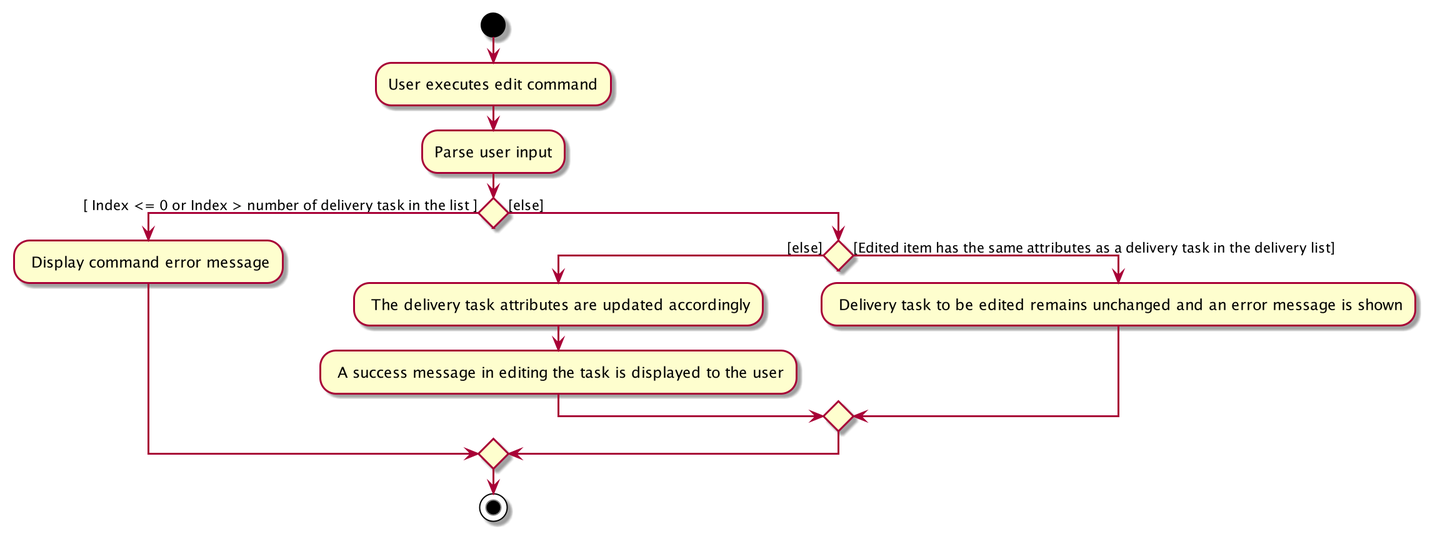
nus-cs2103-AY2021S2/tp keeps this PlantUML diagram as docs/images/EditActivityDiagram.png. Above is the earlier version.
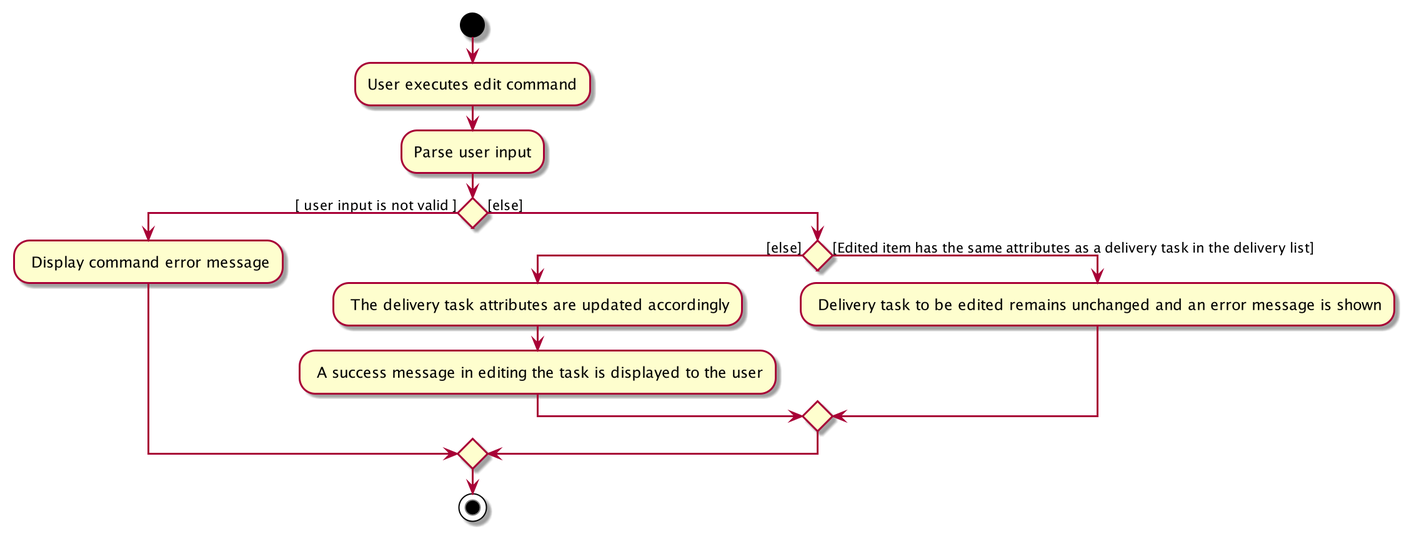
The same diagram one commit later.

Diff of the diagram source:
```diff
@@ -3,7 +3,7 @@
 start
 :User executes edit command;
 :Parse user input;
-if () then ([ Index <= 0 or Index > number of delivery task in the list ])
+if () then ([ user input is not valid ])
     : Display command error message;
 else ([else])
     if () then ([else])
```
